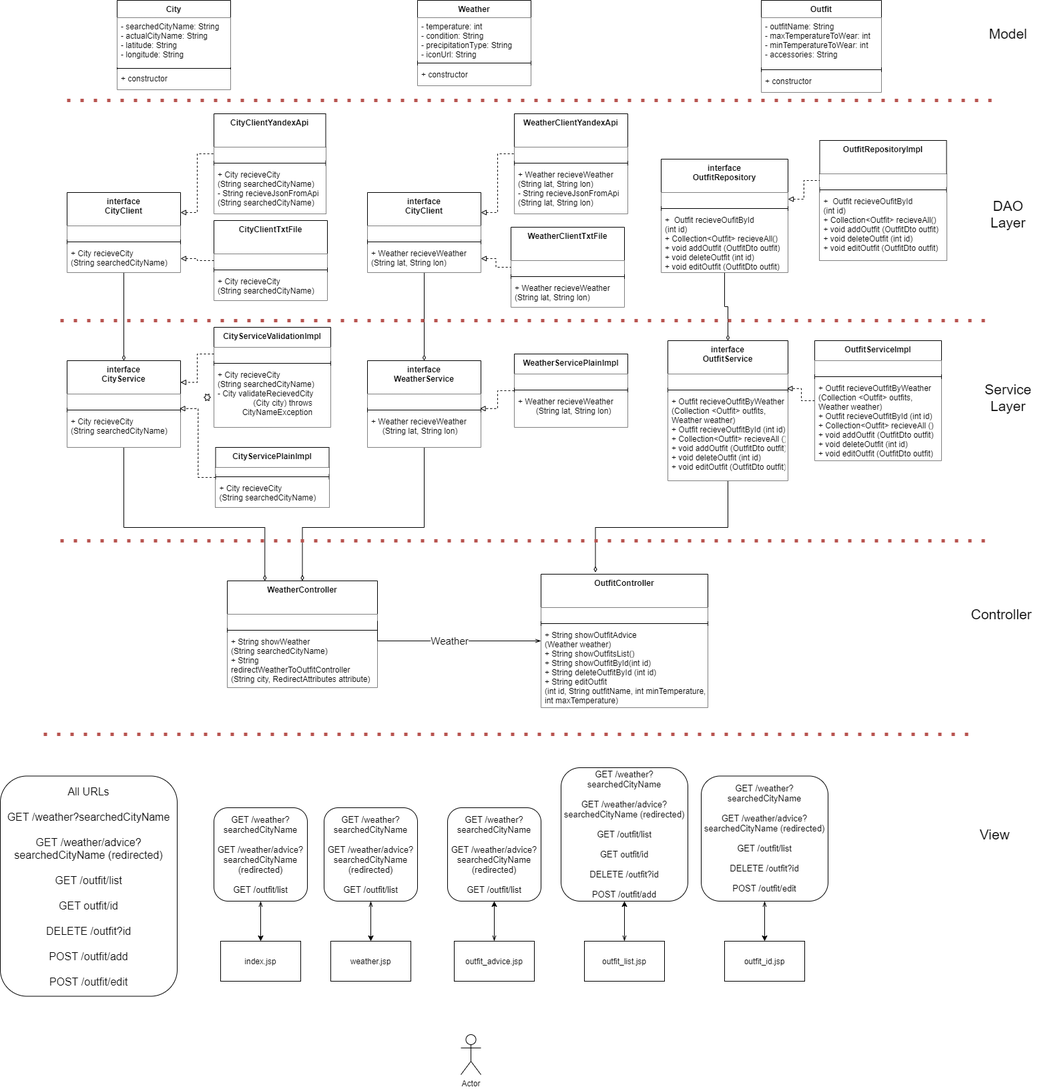
margarita-sk/JavaTheoreticalKnowledge keeps this draw.io diagram as AppArchitecture.png. Above is the earlier version. Source tidied: cells renumbered, new cells last; positions are measured from the earlier drawing's top-left corner, leaving out a move shared by most shapes.
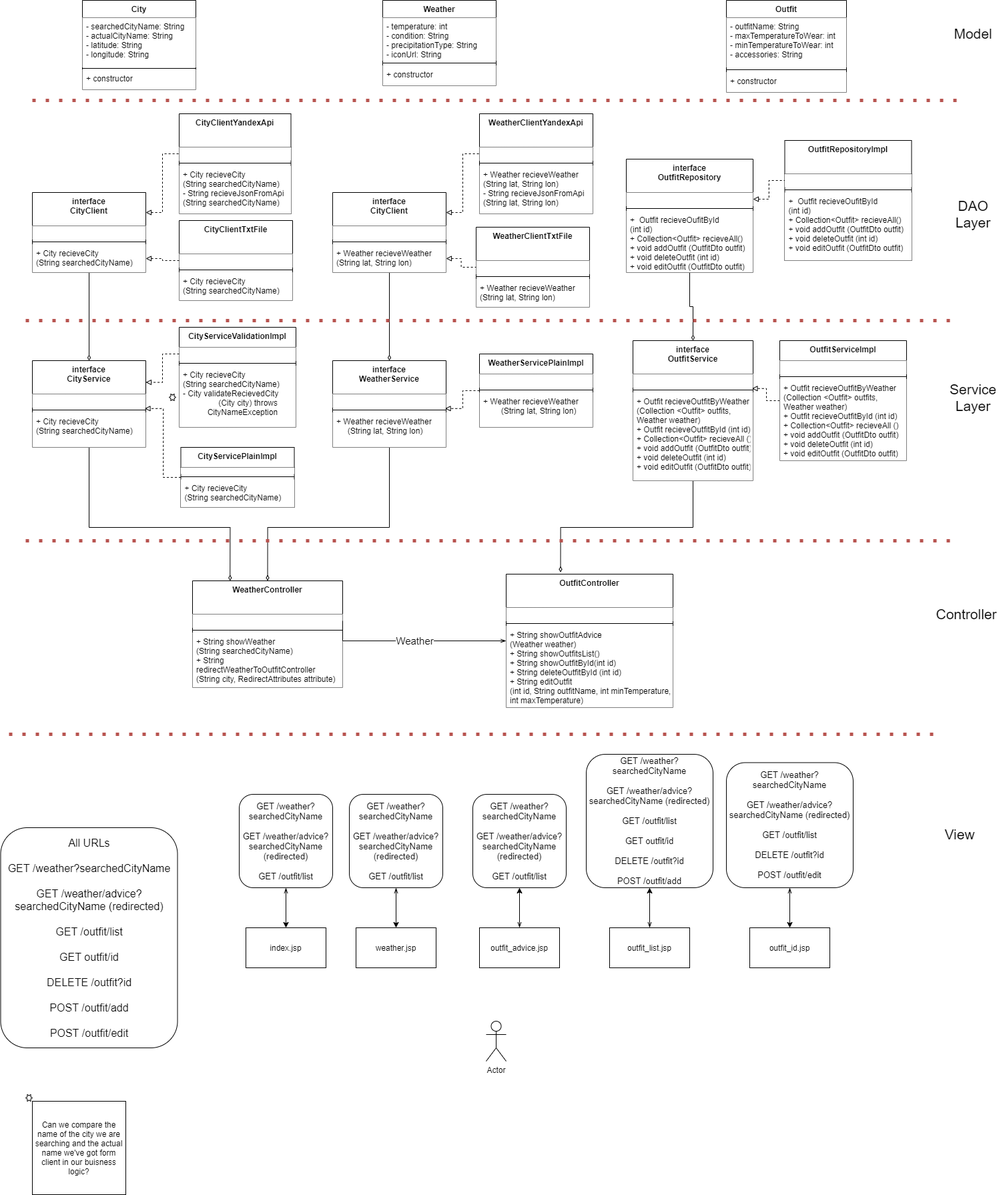
Above is the later version.

What changed in the source:
```diff
@@ -286,7 +286,7 @@
       <mxGeometry y="58" width="190" height="122" as="geometry" />
     </mxCell>
     <mxCell id="93" value="Actor" style="shape=umlActor;verticalLabelPosition=bottom;verticalAlign=top;html=1;" parent="1" vertex="1">
-      <mxGeometry x="690" y="1550" width="30" height="60" as="geometry" />
+      <mxGeometry x="780" y="1530" width="30" height="60" as="geometry" />
     </mxCell>
     <mxCell id="94" value="OutfitController" style="swimlane;fontStyle=1;align=center;verticalAlign=top;horizontal=1;startSize=50;fillColor=#FFFFFF;" parent="1" vertex="1">
       <mxGeometry x="810" y="860" width="250" height="200" as="geometry" />
@@ -301,52 +301,52 @@
       <mxGeometry y="78" width="250" height="122" as="geometry" />
     </mxCell>
     <mxCell id="98" value="outfit_list.jsp" style="rounded=0;whiteSpace=wrap;html=1;" parent="1" vertex="1">
-      <mxGeometry x="875" y="1410" width="120" height="60" as="geometry" />
+      <mxGeometry x="965" y="1390" width="120" height="60" as="geometry" />
     </mxCell>
     <mxCell id="99" value="&lt;font style=&quot;font-size: 16px&quot;&gt;All URLs&lt;br&gt;&lt;br&gt;GET /weather?searchedCityName&lt;br&gt;&lt;br&gt;GET /weather/advice?searchedCityName (redirected)&lt;br&gt;&lt;br&gt;GET /outfit/list&lt;br&gt;&lt;br&gt;GET outfit/id&lt;br&gt;&lt;br&gt;DELETE /outfit?id&lt;br&gt;&lt;br&gt;POST /outfit/add&lt;br&gt;&lt;br&gt;POST /outfit/edit&lt;br&gt;&lt;/font&gt;" style="rounded=1;whiteSpace=wrap;html=1;fillColor=#ffffff;" parent="1" vertex="1">
-      <mxGeometry y="1162.5" width="265" height="330" as="geometry" />
+      <mxGeometry x="52.5" y="1240" width="265" height="330" as="geometry" />
     </mxCell>
     <mxCell id="100" style="edgeStyle=orthogonalEdgeStyle;rounded=0;sketch=0;jettySize=auto;html=1;entryX=0.5;entryY=1;entryDx=0;entryDy=0;startArrow=classic;startFill=1;endArrow=openThin;endFill=0;" parent="1" edge="1" source="101" target="113">
       <mxGeometry relative="1" as="geometry" />
     </mxCell>
     <mxCell id="101" value="outfit_id.jsp" style="rounded=0;whiteSpace=wrap;html=1;" parent="1" vertex="1">
-      <mxGeometry x="1085" y="1410" width="120" height="60" as="geometry" />
+      <mxGeometry x="1175" y="1390" width="120" height="60" as="geometry" />
     </mxCell>
     <mxCell id="102" value="&lt;font style=&quot;font-size: 13px&quot;&gt;GET /weather?searchedCityName&lt;br&gt;&lt;br&gt;GET /weather/advice?searchedCityName (redirected)&lt;br&gt;&lt;br&gt;GET /outfit/list&lt;br&gt;&lt;/font&gt;" style="rounded=1;whiteSpace=wrap;html=1;fillColor=#ffffff;" parent="1" vertex="1">
-      <mxGeometry x="320" y="1210" width="140" height="140" as="geometry" />
+      <mxGeometry x="410" y="1190" width="140" height="140" as="geometry" />
     </mxCell>
     <mxCell id="103" value="&lt;font style=&quot;font-size: 13px&quot;&gt;GET /weather?searchedCityName&lt;br&gt;&lt;br&gt;GET /weather/advice?searchedCityName (redirected)&lt;br&gt;&lt;br&gt;GET /outfit/list&lt;br&gt;&lt;/font&gt;" style="rounded=1;whiteSpace=wrap;html=1;fillColor=#ffffff;" parent="1" vertex="1">
-      <mxGeometry x="485" y="1210" width="140" height="140" as="geometry" />
+      <mxGeometry x="575" y="1190" width="140" height="140" as="geometry" />
     </mxCell>
     <mxCell id="104" style="edgeStyle=orthogonalEdgeStyle;rounded=0;sketch=0;jettySize=auto;html=1;exitX=0.5;exitY=1;exitDx=0;exitDy=0;entryX=0.5;entryY=0;entryDx=0;entryDy=0;startArrow=classic;startFill=1;endArrow=openThin;endFill=0;" parent="1" edge="1" source="105" target="110">
       <mxGeometry relative="1" as="geometry" />
     </mxCell>
     <mxCell id="105" value="&lt;font style=&quot;font-size: 13px&quot;&gt;GET /weather?searchedCityName&lt;br&gt;&lt;br&gt;GET /weather/advice?searchedCityName (redirected)&lt;br&gt;&lt;br&gt;GET /outfit/list&lt;br&gt;&lt;/font&gt;" style="rounded=1;whiteSpace=wrap;html=1;fillColor=#ffffff;" parent="1" vertex="1">
-      <mxGeometry x="670" y="1210" width="140" height="140" as="geometry" />
+      <mxGeometry x="760" y="1190" width="140" height="140" as="geometry" />
     </mxCell>
     <mxCell id="106" style="edgeStyle=orthogonalEdgeStyle;rounded=0;sketch=0;jettySize=auto;html=1;entryX=0.5;entryY=1;entryDx=0;entryDy=0;startArrow=classic;startFill=1;endArrow=openThin;endFill=0;" parent="1" edge="1" source="107" target="102">
       <mxGeometry relative="1" as="geometry" />
     </mxCell>
     <mxCell id="107" value="index.jsp" style="rounded=0;whiteSpace=wrap;html=1;" parent="1" vertex="1">
-      <mxGeometry x="330" y="1410" width="120" height="60" as="geometry" />
+      <mxGeometry x="420" y="1390" width="120" height="60" as="geometry" />
     </mxCell>
     <mxCell id="108" style="edgeStyle=orthogonalEdgeStyle;rounded=0;sketch=0;jettySize=auto;html=1;exitX=0.5;exitY=0;exitDx=0;exitDy=0;entryX=0.5;entryY=1;entryDx=0;entryDy=0;startArrow=classic;startFill=1;endArrow=openThin;endFill=0;" parent="1" edge="1" source="109" target="103">
       <mxGeometry relative="1" as="geometry" />
     </mxCell>
     <mxCell id="109" value="weather.jsp" style="rounded=0;whiteSpace=wrap;html=1;" parent="1" vertex="1">
-      <mxGeometry x="495" y="1410" width="120" height="60" as="geometry" />
+      <mxGeometry x="585" y="1390" width="120" height="60" as="geometry" />
     </mxCell>
     <mxCell id="110" value="outfit_advice.jsp" style="rounded=0;whiteSpace=wrap;html=1;" parent="1" vertex="1">
-      <mxGeometry x="680" y="1410" width="120" height="60" as="geometry" />
+      <mxGeometry x="770" y="1390" width="120" height="60" as="geometry" />
     </mxCell>
     <mxCell id="111" style="edgeStyle=orthogonalEdgeStyle;rounded=0;sketch=0;jettySize=auto;html=1;exitX=0.5;exitY=1;exitDx=0;exitDy=0;entryX=0.5;entryY=0;entryDx=0;entryDy=0;startArrow=classic;startFill=1;endArrow=openThin;endFill=0;" parent="1" edge="1" source="112" target="98">
       <mxGeometry relative="1" as="geometry" />
     </mxCell>
     <mxCell id="112" value="&lt;font style=&quot;font-size: 13px&quot;&gt;GET /weather?searchedCityName&lt;br&gt;&lt;br&gt;GET /weather/advice?searchedCityName (redirected)&lt;br&gt;&lt;br&gt;GET /outfit/list&lt;br&gt;&lt;br&gt;GET outfit/id&lt;br&gt;&lt;br&gt;DELETE /outfit?id&lt;br&gt;&lt;br&gt;POST /outfit/add&lt;br&gt;&lt;/font&gt;" style="rounded=1;whiteSpace=wrap;html=1;fillColor=#ffffff;" parent="1" vertex="1">
-      <mxGeometry x="840" y="1150" width="190" height="200" as="geometry" />
+      <mxGeometry x="930" y="1130" width="190" height="200" as="geometry" />
     </mxCell>
     <mxCell id="113" value="&lt;font style=&quot;font-size: 13px&quot;&gt;GET /weather?searchedCityName&lt;br&gt;&lt;br&gt;GET /weather/advice?searchedCityName (redirected)&lt;br&gt;&lt;br&gt;GET /outfit/list&lt;br&gt;&lt;br&gt;DELETE /outfit?id&lt;br&gt;&lt;br&gt;POST /outfit/edit&lt;br&gt;&lt;/font&gt;" style="rounded=1;whiteSpace=wrap;html=1;fillColor=#ffffff;" parent="1" vertex="1">
-      <mxGeometry x="1050" y="1162.5" width="190" height="187.5" as="geometry" />
+      <mxGeometry x="1140" y="1142.5" width="190" height="187.5" as="geometry" />
     </mxCell>
     <mxCell id="114" value="&lt;font style=&quot;font-size: 15px&quot;&gt;Weather&lt;/font&gt;" style="edgeStyle=orthogonalEdgeStyle;rounded=0;sketch=0;jettySize=auto;html=1;exitX=1;exitY=0.5;exitDx=0;exitDy=0;startArrow=none;startFill=0;endArrow=openThin;endFill=0;entryX=0;entryY=0.5;entryDx=0;entryDy=0;" parent="1" edge="1" source="27" target="94">
       <mxGeometry relative="1" as="geometry">
@@ -397,5 +397,11 @@
     <mxCell id="124" value="&lt;font style=&quot;font-size: 21px&quot;&gt;View&lt;/font&gt;" style="text;html=1;strokeColor=none;fillColor=none;align=center;verticalAlign=middle;whiteSpace=wrap;rounded=0;strokeWidth=1;" parent="1" vertex="1">
       <mxGeometry x="1440" y="1210" width="100" height="80" as="geometry" />
     </mxCell>
+    <mxCell id="125" value="Can we compare the name of the city we are searching and the actual name we've got form client in our buisness logic?" style="rounded=0;whiteSpace=wrap;html=1;" parent="1" vertex="1">
+      <mxGeometry x="100" y="1650" width="140" height="140" as="geometry" />
+    </mxCell>
+    <mxCell id="126" style="verticalLabelPosition=bottom;verticalAlign=top;html=1;shape=mxgraph.basic.6_point_star;fillColor=#ffffff;" parent="1" vertex="1">
+      <mxGeometry x="90" y="1640" width="10" height="10" as="geometry" />
+    </mxCell>
   </root>
 </mxGraphModel>
```
